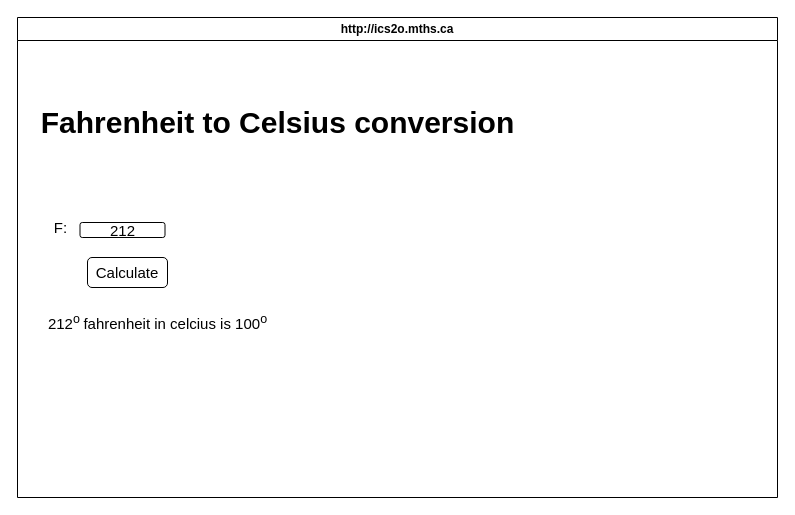
Above: design/storyboard.drawio in MTHS-ICD2O-1-2023/ICD2O-Unit-3-04-kai-nguyen-4 (draw.io), before the change. Source tidied: cells renumbered, new cells numbered last; positions are measured from the earlier drawing's top-left corner, leaving out a move shared by most shapes. Both pictures are drawn from the tidied source at 100%, with x=0, y=0 at pixel (17, 17).
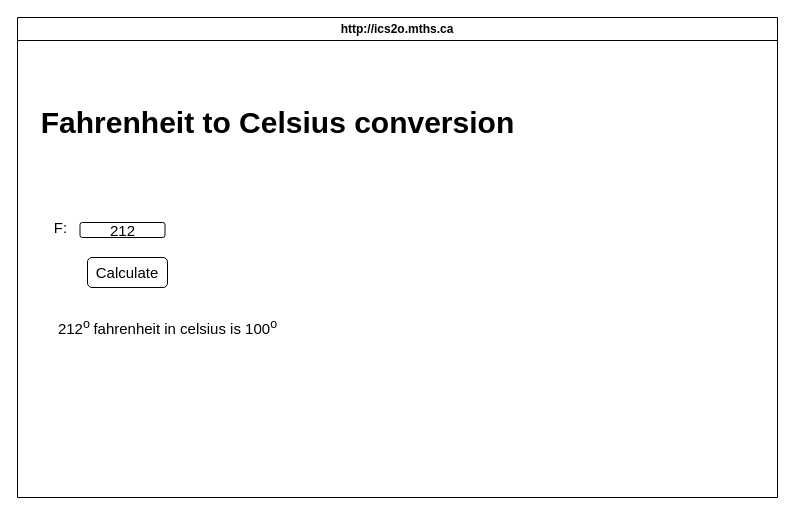
After the change.

Diff of the diagram source:
```diff
@@
 <mxGraphModel>
   <root>
     <mxCell id="0" />
     <mxCell id="1" parent="0" />
     <mxCell id="2" value="http://ics2o.mths.ca" style="swimlane;whiteSpace=wrap;html=1;" parent="1" vertex="1">
       <mxGeometry width="760" height="480" as="geometry" />
     </mxCell>
     <mxCell id="3" value="&lt;h1&gt;Fahrenheit to Celsius conversion&lt;/h1&gt;" style="text;html=1;align=center;verticalAlign=middle;strokeColor=none;fillColor=none;fontSize=15;" parent="2" vertex="1">
       <mxGeometry x="10" y="60" width="500" height="90" as="geometry" />
     </mxCell>
     <mxCell id="4" value="Calculate" style="rounded=1;whiteSpace=wrap;html=1;fontSize=15;" parent="2" vertex="1">
       <mxGeometry x="70" y="240" width="80" height="30" as="geometry" />
     </mxCell>
-    <mxCell id="5" value="212&lt;sup&gt;o&amp;nbsp;&lt;/sup&gt;fahrenheit in celcius is 100&lt;sup&gt;o&lt;/sup&gt;" style="text;html=1;align=center;verticalAlign=middle;strokeColor=none;fillColor=none;fontSize=15;" parent="2" vertex="1">
-      <mxGeometry x="20" y="285" width="240" height="40" as="geometry" />
+    <mxCell id="5" value="212&lt;sup&gt;o&amp;nbsp;&lt;/sup&gt;fahrenheit in celsius is 100&lt;sup&gt;o&lt;/sup&gt;" style="text;html=1;align=center;verticalAlign=middle;strokeColor=none;fillColor=none;fontSize=15;" parent="2" vertex="1">
+      <mxGeometry x="30" y="290" width="240" height="40" as="geometry" />
     </mxCell>
     <mxCell id="6" value="212" style="rounded=1;whiteSpace=wrap;html=1;fontSize=15;" parent="1" vertex="1">
       <mxGeometry x="62.5" y="205" width="85" height="15" as="geometry" />
     </mxCell>
     <mxCell id="7" value="F:" style="text;html=1;align=center;verticalAlign=middle;strokeColor=none;fillColor=none;fontSize=15;" parent="1" vertex="1">
       <mxGeometry x="22.5" y="195" width="40" height="30" as="geometry" />
     </mxCell>
   </root>
 </mxGraphModel>
```
